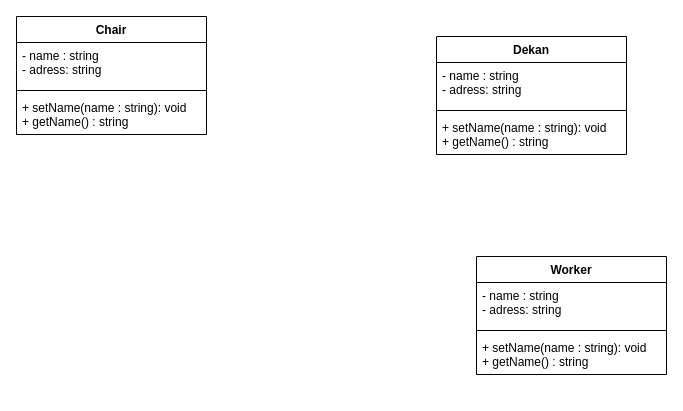
Above: University.drawio in bkomarow1990/drawio (draw.io), before the change. Source tidied: cells renumbered, new cells numbered last; positions are measured from the earlier drawing's top-left corner, leaving out a move shared by most shapes. Both pictures are drawn from the tidied source at 100%, with x=0, y=0 at pixel (16, 16).
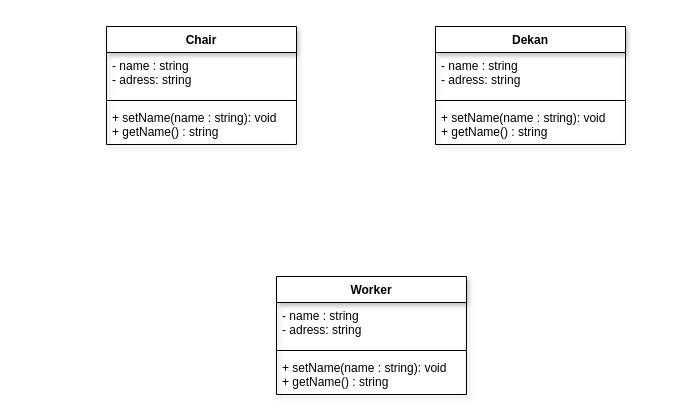
The same page after the edit.

What changed in the source:
```diff
@@
 <mxGraphModel>
   <root>
     <mxCell id="0" />
     <mxCell id="1" parent="0" />
-    <mxCell id="2" value="Chair&#10;" style="swimlane;fontStyle=1;align=center;verticalAlign=top;horizontal=1;startSize=26;" parent="1" vertex="1">
-      <mxGeometry width="190" height="118" as="geometry" />
+    <mxCell id="2" value="Chair&#10;" style="swimlane;fontStyle=1;align=center;verticalAlign=top;horizontal=1;startSize=26;shadow=1;" parent="1" vertex="1">
+      <mxGeometry x="90" y="10" width="190" height="118" as="geometry" />
     </mxCell>
     <mxCell id="3" value="- name : string&#10;- adress: string&#10;" style="text;strokeColor=none;fillColor=none;align=left;verticalAlign=top;spacingLeft=4;spacingRight=4;overflow=hidden;" parent="2" vertex="1">
       <mxGeometry y="26" width="190" height="44" as="geometry" />
     </mxCell>
     <mxCell id="4" style="line;strokeWidth=1;fillColor=none;align=left;verticalAlign=middle;spacingTop=-1;spacingLeft=3;spacingRight=3;labelPosition=right;" parent="2" vertex="1">
       <mxGeometry y="70" width="190" height="8" as="geometry" />
     </mxCell>
     <mxCell id="5" value="+ setName(name : string): void&#10;+ getName() : string" style="text;strokeColor=none;fillColor=none;align=left;verticalAlign=top;spacingLeft=4;spacingRight=4;overflow=hidden;" parent="2" vertex="1">
       <mxGeometry y="78" width="190" height="40" as="geometry" />
     </mxCell>
-    <mxCell id="6" value="Dekan" style="swimlane;fontStyle=1;align=center;verticalAlign=top;horizontal=1;startSize=26;" parent="1" vertex="1">
-      <mxGeometry x="420" y="20" width="190" height="118" as="geometry" />
+    <mxCell id="6" value="Dekan" style="swimlane;fontStyle=1;align=center;verticalAlign=top;horizontal=1;startSize=26;glass=0;shadow=1;" parent="1" vertex="1">
+      <mxGeometry x="419" y="10" width="190" height="118" as="geometry" />
     </mxCell>
     <mxCell id="7" value="- name : string&#10;- adress: string&#10;" style="text;strokeColor=none;fillColor=none;align=left;verticalAlign=top;spacingLeft=4;spacingRight=4;overflow=hidden;" parent="6" vertex="1">
       <mxGeometry y="26" width="190" height="44" as="geometry" />
     </mxCell>
     <mxCell id="8" style="line;strokeWidth=1;fillColor=none;align=left;verticalAlign=middle;spacingTop=-1;spacingLeft=3;spacingRight=3;labelPosition=right;" parent="6" vertex="1">
       <mxGeometry y="70" width="190" height="8" as="geometry" />
     </mxCell>
-    <mxCell id="9" value="+ setName(name : string): void&#10;+ getName() : string" style="text;strokeColor=none;fillColor=none;align=left;verticalAlign=top;spacingLeft=4;spacingRight=4;overflow=hidden;" parent="6" vertex="1">
+    <mxCell id="9" value="+ setName(name : string): void&#10;+ getName() : string" style="text;strokeColor=none;fillColor=none;align=left;verticalAlign=top;spacingLeft=4;spacingRight=4;overflow=hidden;glass=0;" parent="6" vertex="1">
       <mxGeometry y="78" width="190" height="40" as="geometry" />
     </mxCell>
-    <mxCell id="10" value="Worker" style="swimlane;fontStyle=1;align=center;verticalAlign=top;horizontal=1;startSize=26;" parent="1" vertex="1">
-      <mxGeometry x="460" y="240" width="190" height="118" as="geometry" />
+    <mxCell id="10" value="Worker" style="swimlane;fontStyle=1;align=center;verticalAlign=top;horizontal=1;startSize=26;glass=0;rounded=0;shadow=1;" parent="1" vertex="1">
+      <mxGeometry x="260" y="260" width="190" height="118" as="geometry" />
     </mxCell>
     <mxCell id="11" value="- name : string&#10;- adress: string&#10;" style="text;strokeColor=none;fillColor=none;align=left;verticalAlign=top;spacingLeft=4;spacingRight=4;overflow=hidden;" parent="10" vertex="1">
       <mxGeometry y="26" width="190" height="44" as="geometry" />
     </mxCell>
     <mxCell id="12" style="line;strokeWidth=1;fillColor=none;align=left;verticalAlign=middle;spacingTop=-1;spacingLeft=3;spacingRight=3;labelPosition=right;" parent="10" vertex="1">
       <mxGeometry y="70" width="190" height="8" as="geometry" />
     </mxCell>
     <mxCell id="13" value="+ setName(name : string): void&#10;+ getName() : string" style="text;strokeColor=none;fillColor=none;align=left;verticalAlign=top;spacingLeft=4;spacingRight=4;overflow=hidden;" parent="10" vertex="1">
       <mxGeometry y="78" width="190" height="40" as="geometry" />
     </mxCell>
   </root>
 </mxGraphModel>
```
